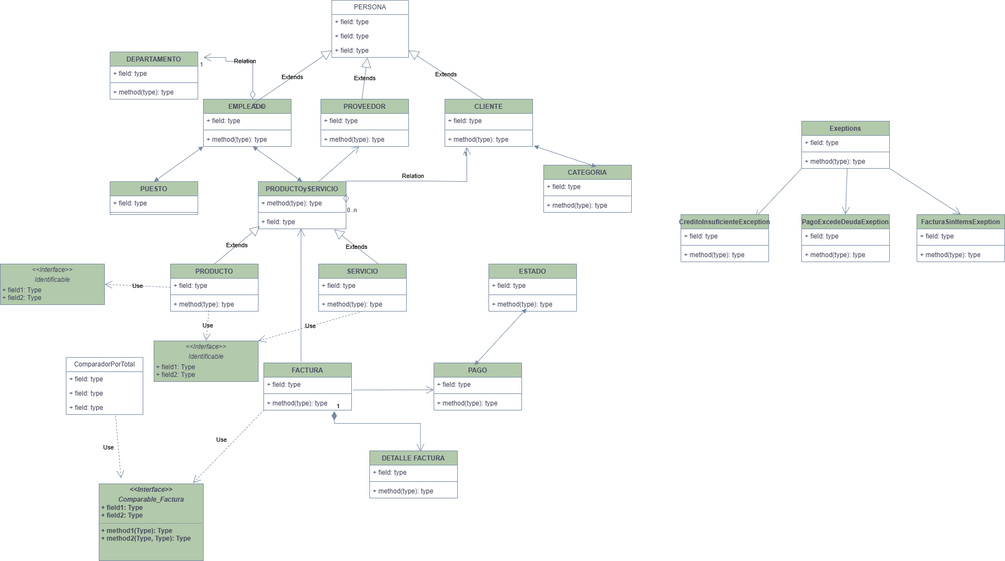
jeremiasmarkevichi10/AE4_ProgramacionII keeps this PlantUML diagram as uml.png. Above is the earlier version. Its source is kept beside it as uml.puml. The source it was exported from:
```plantuml
@startuml
title Sistema de gestion comercial
left to right direction
skinparam classAttributeIconSize 0
skinparam packageStyle rectangle
skinparam shadowing false
skinparam linetype ortho
skinparam class {
  BackgroundColor #FFFFFF
  BorderColor #627A9A
  ArrowColor #627A9A
}
skinparam package {
  BorderColor #8AA082
  BackgroundColor #F7F9F6
}

package "Aplicacion" {
  class Main
  class MenuConsola {
    - gestor: GestorFunciones
    + iniciar()
    - registrarClienteInteractivo(): Cliente
    - guardarDatosInteractivo()
  }
  class GestorFunciones {
    - listaClientes: List<Cliente>
    - listaFacturas: List<Factura>
    - clienteRepository: RepositorioClientes
    - facturaRepository: RepositorioFacturas
    - politicasCredito: Map<Categoria, PoliticaCredito>
    + registrarCliente(nombre, dni, categoria): Cliente
    + guardarDatos()
    + registrarPago(cliente, items, formaPago, monto): Factura
  }
}

package "Personas" {
  abstract class Persona {
    - nombre: String
    - domicilio: String
    - dni: int
    - telefono: String
    + mostrarDatos(): String
  }
  class Cliente {
    - limiteCredito: int
    - categoria: Categoria
    - historialCompras: List<Factura>
    + validarCompra(deuda)
  }
  class Empleado
  class Proveedor
  class Departamento {
    - nombre: String
    - presupuesto: double
    - listaEmpleados: List<Empleado>
  }
}

package "Catalogo" {
  abstract class ItemComercial {
    - codigo: String
    - nombre: String
    - precio: int
    - proveedor: Proveedor
  }
  class Producto {
    - stock: int
    - fechaVencimiento: LocalDate
  }
  class Servicio
  interface Identificable
  interface Vencible
  abstract class FabricaItemComercial
  class FabricaProducto
  class FabricaServicio
}

package "Facturacion" {
  class Factura {
    - numero: String
    - fecha: String
    - itemsComprados: List<ItemComercial>
    - formapago: FormaPago
    - pago: Pago
    + getTotal(): double
  }
  class Pago {
    - monto: double
    - fecha: String
    - formaPago: FormaPago
    - estado: Estado
  }
  interface RepositorioFacturas
  class FacturaRepository
  class ComparadorPorTotal
}

package "Persistencia de clientes" #E9F1E7 {
  interface RepositorioClientes {
    + guardarTodos(clientes)
    + obtenerTodos(): List<Cliente>
  }
  class ClienteRepository {
    - archivo: File
    + guardarTodos(clientes)
    + obtenerTodos(): List<Cliente>
  }
}

package "Politicas de credito" #E9F1E7 {
  interface PoliticaCredito {
    + getCategoria(): Categoria
    + calcularLimiteCredito(): int
  }
  class PoliticaCreditoRegular
  class PoliticaCreditoPremium
  class PoliticaCreditoCorporativo
  class PoliticasCredito {
    + estandar(): List<PoliticaCredito>
  }
}

enum Categoria {
  REGULAR
  PREMIUM
  CORPORATIVO
}
enum Estado {
  PENDIENTE
  PARCIAL
  CANCELADO
}
enum FormaPago
enum Puesto
class CreditoInsuficienteException
class FacturaSinItemsException
class PagoExcedeDeudaException

Persona <|-- Cliente
Persona <|-- Empleado
Persona <|-- Proveedor
Departamento "1" o-- "0..*" Empleado
Empleado --> Puesto
Cliente --> Categoria
Cliente "1" o-- "0..*" Factura : historial de compras

ItemComercial <|-- Producto
ItemComercial <|-- Servicio
Producto ..|> Identificable
Servicio ..|> Identificable
Producto ..|> Vencible
Producto --> Proveedor
Servicio --> Proveedor
FabricaItemComercial <|-- FabricaProducto
FabricaItemComercial <|-- FabricaServicio
FabricaProducto ..> Producto : crea
FabricaServicio ..> Servicio : crea

Factura --> Cliente
Factura "1" *-- "1..*" ItemComercial
Factura "1" *-- "1" Pago
Pago --> Estado
Pago --> FormaPago
Factura --> FormaPago
RepositorioFacturas <|.. FacturaRepository
ComparadorPorTotal ..> Factura

RepositorioClientes <|.. ClienteRepository
ClienteRepository ..> Cliente : lee / guarda

Main ..> MenuConsola
MenuConsola --> GestorFunciones
GestorFunciones --> RepositorioClientes
GestorFunciones --> RepositorioFacturas
GestorFunciones --> FabricaProducto
GestorFunciones --> FabricaServicio
GestorFunciones "1" o-- "0..*" PoliticaCredito
PoliticaCredito <|.. PoliticaCreditoRegular
PoliticaCredito <|.. PoliticaCreditoPremium
PoliticaCredito <|.. PoliticaCreditoCorporativo
PoliticasCredito ..> PoliticaCredito
PoliticaCreditoRegular ..> Categoria
PoliticaCreditoPremium ..> Categoria
PoliticaCreditoCorporativo ..> Categoria

CreditoInsuficienteException ..> Cliente
FacturaSinItemsException ..> GestorFunciones
PagoExcedeDeudaException ..> GestorFunciones
@enduml
```
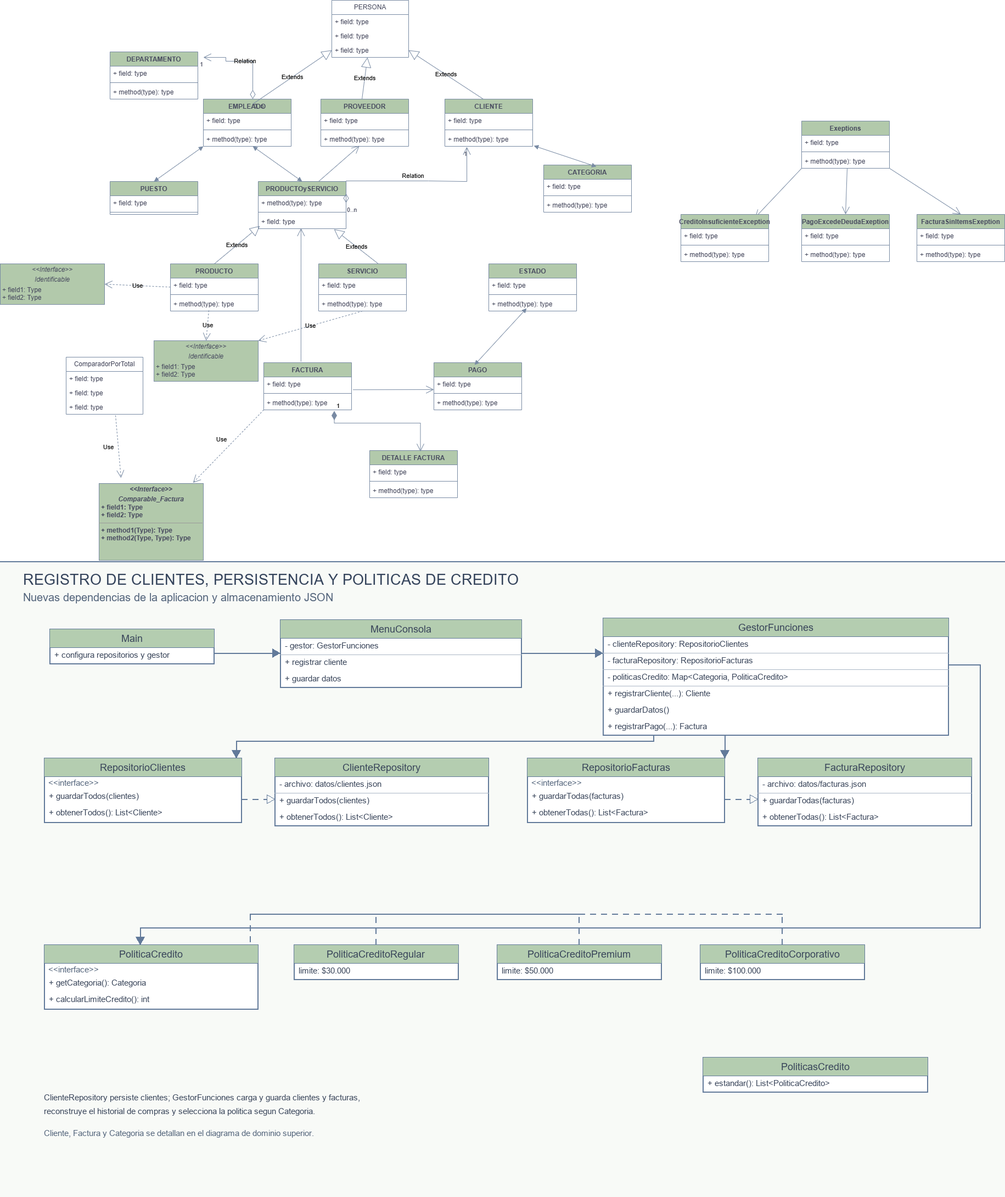
The same diagram one commit later.

Commit message:
Corrijo los package para que coincidan con las carpetas (Persistencia) y evitar errores en VS Code

The edit, as a diff of the source:
```diff
@@ -53,7 +53,7 @@
   class Proveedor
   class Departamento {
     - nombre: String
-    - presupuesto: double
+    - presupuesto: int
     - listaEmpleados: List<Empleado>
   }
 }
@@ -67,7 +67,7 @@
   }
   class Producto {
     - stock: int
-    - fechaVencimiento: LocalDate
+    - fechaVencimiento: String
   }
   class Servicio
   interface Identificable
```
